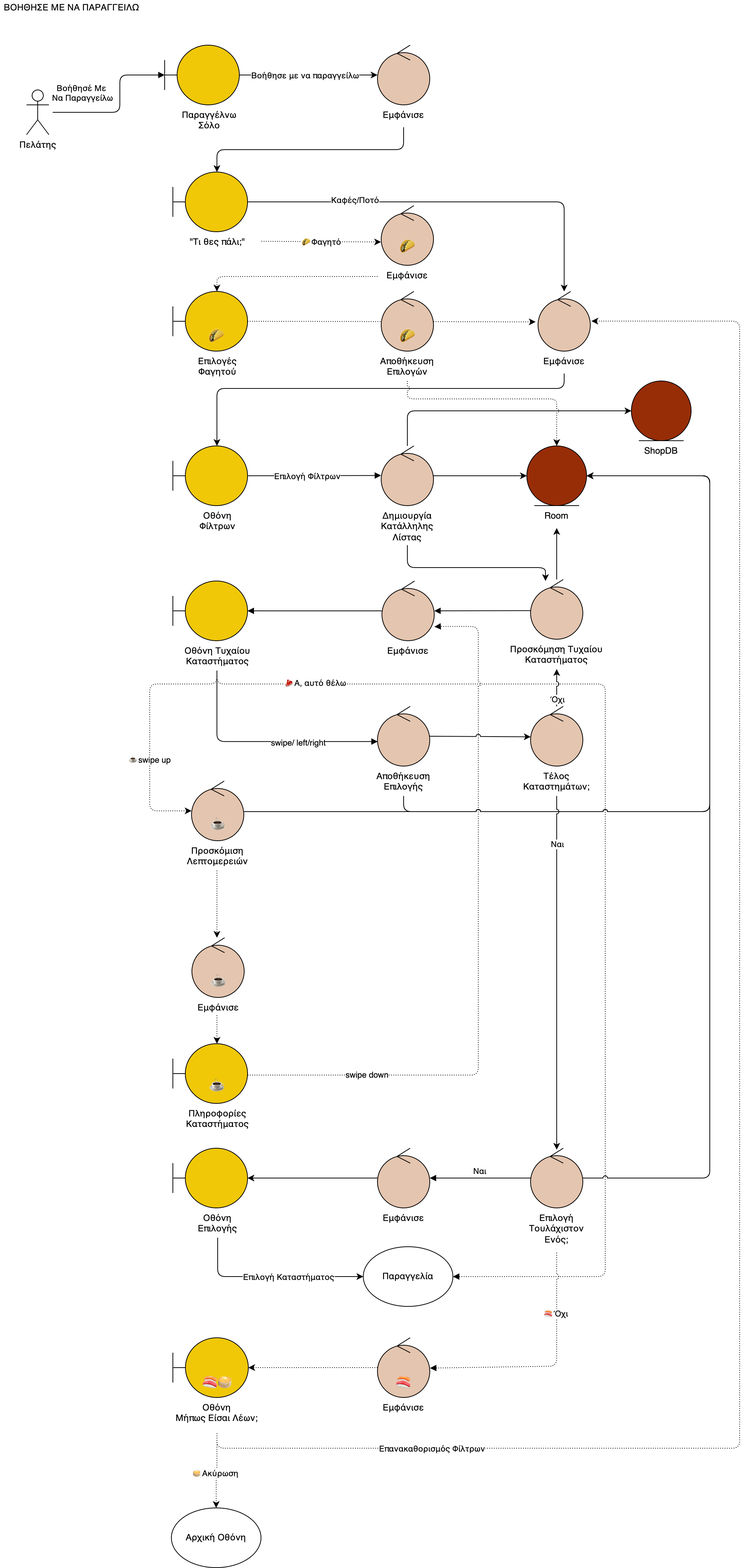
The draw.io diagram docs/final/Phase 5/Media/Robustness Diagrams/2.Βοήθησε με να Παραγγείλω.drawio.png in iloudaros/nomnomr, before a commit. Source tidied: cells renumbered, new cells last; positions are measured from the earlier drawing's top-left corner, leaving out a move shared by most shapes.
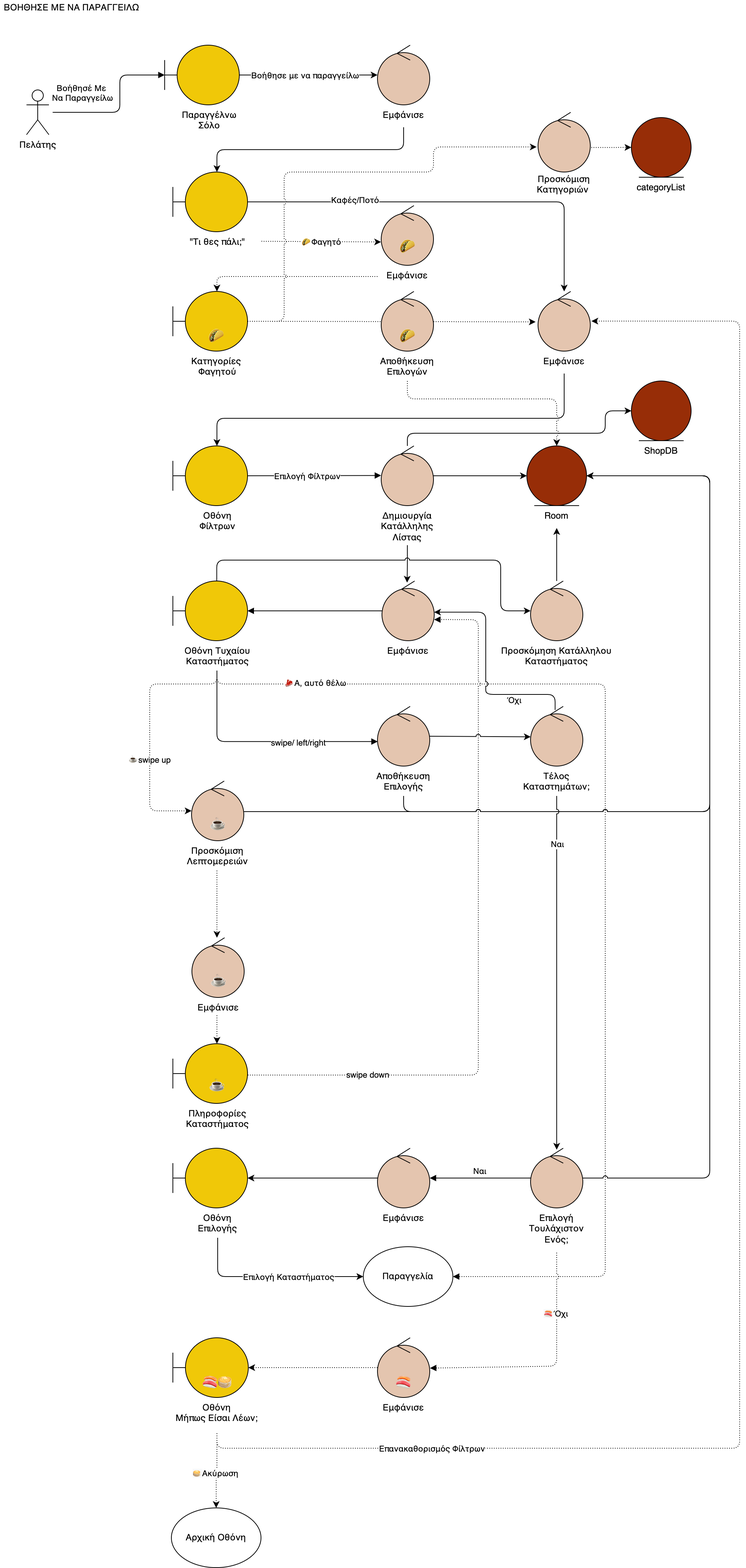
The same file after the commit.

Commit message:
Exported Diagrams

What changed in the source:
```diff
@@ -115,18 +115,15 @@
     <mxCell id="24" style="edgeStyle=orthogonalEdgeStyle;rounded=1;jettySize=auto;html=1;jumpStyle=arc;fontColor=#000000;labelBackgroundColor=none;align=center;endArrow=block;endFill=1;" parent="1" edge="1" source="89" target="23">
       <mxGeometry relative="1" as="geometry" />
     </mxCell>
-    <mxCell id="25" style="edgeStyle=orthogonalEdgeStyle;rounded=1;jettySize=auto;html=1;jumpStyle=arc;fontColor=#000000;labelBackgroundColor=none;align=center;exitX=-0.003;exitY=0.521;exitDx=0;exitDy=0;endArrow=block;endFill=1;exitPerimeter=0;" parent="1" edge="1" source="77" target="89">
-      <mxGeometry relative="1" as="geometry" />
-    </mxCell>
     <mxCell id="26" style="edgeStyle=orthogonalEdgeStyle;rounded=0;jettySize=auto;html=1;entryX=0.5;entryY=1;entryDx=0;entryDy=0;" parent="1" edge="1" source="77" target="87">
       <mxGeometry relative="1" as="geometry" />
     </mxCell>
-    <mxCell id="27" style="edgeStyle=orthogonalEdgeStyle;rounded=1;jettySize=auto;html=1;fillColor=#a20025;strokeColor=#000000;jumpStyle=arc;fontColor=#000000;labelBackgroundColor=none;align=center;exitX=1.003;exitY=0.525;exitDx=0;exitDy=0;exitPerimeter=0;endArrow=block;endFill=1;dashed=1;dashPattern=1 2;entryX=1.003;entryY=0.766;entryDx=0;entryDy=0;entryPerimeter=0;" parent="1" edge="1" source="29" target="89">
+    <mxCell id="27" style="edgeStyle=orthogonalEdgeStyle;rounded=1;jettySize=auto;html=1;fillColor=#a20025;strokeColor=#000000;jumpStyle=arc;fontColor=#000000;labelBackgroundColor=none;align=center;exitX=1.003;exitY=0.525;exitDx=0;exitDy=0;exitPerimeter=0;endArrow=block;endFill=1;dashed=1;dashPattern=1 2;entryX=0.998;entryY=0.646;entryDx=0;entryDy=0;entryPerimeter=0;" parent="1" edge="1" source="29" target="89">
       <mxGeometry relative="1" as="geometry">
         <Array as="points">
           <mxPoint x="640" y="1440" />
-          <mxPoint x="640" y="839" />
-          <mxPoint x="586" y="839" />
+          <mxPoint x="640" y="830" />
+          <mxPoint x="581" y="830" />
         </Array>
       </mxGeometry>
     </mxCell>
@@ -148,17 +145,19 @@
     <mxCell id="31" style="edgeStyle=orthogonalEdgeStyle;rounded=1;jettySize=auto;html=1;fillColor=#008a00;strokeColor=#000000;jumpStyle=arc;fontColor=#000000;labelBackgroundColor=none;align=center;dashed=1;dashPattern=1 2;entryX=-0.046;entryY=0.51;entryDx=0;entryDy=0;entryPerimeter=0;" parent="1" edge="1" source="32" target="67">
       <mxGeometry relative="1" as="geometry" />
     </mxCell>
+    <mxCell id="124" style="edgeStyle=orthogonalEdgeStyle;rounded=1;jettySize=auto;html=1;entryX=-0.027;entryY=0.58;entryDx=0;entryDy=0;dashed=1;dashPattern=1 2;entryPerimeter=0;jumpStyle=arc;" parent="1" edge="1" source="32" target="129">
+      <mxGeometry relative="1" as="geometry">
+        <Array as="points">
+          <mxPoint x="380" y="430" />
+          <mxPoint x="380" y="230" />
+          <mxPoint x="580" y="230" />
+          <mxPoint x="580" y="196" />
+        </Array>
+      </mxGeometry>
+    </mxCell>
     <mxCell id="32" style="shape=umlBoundary;whiteSpace=wrap;html=1;fillColor=#F0C808;fontColor=#000000;strokeColor=#000000;labelBackgroundColor=none;align=center;" parent="1" vertex="1">
       <mxGeometry x="231" y="390" width="100" height="80" as="geometry" />
     </mxCell>
-    <mxCell id="33" style="edgeStyle=orthogonalEdgeStyle;rounded=1;jettySize=auto;html=1;jumpStyle=arc;fontColor=#000000;labelBackgroundColor=none;align=center;exitX=0.5;exitY=1;exitDx=0;exitDy=0;" parent="1" edge="1" source="68" target="18">
-      <mxGeometry relative="1" as="geometry">
-        <Array as="points">
-          <mxPoint x="755" y="520" />
-          <mxPoint x="290" y="520" />
-        </Array>
-      </mxGeometry>
-    </mxCell>
     <mxCell id="34" style="edgeStyle=orthogonalEdgeStyle;rounded=1;jettySize=auto;html=1;jumpStyle=arc;fontColor=#000000;labelBackgroundColor=none;align=center;exitX=0.5;exitY=1;exitDx=0;exitDy=0;" parent="1" edge="1" source="65" target="15">
       <mxGeometry relative="1" as="geometry">
         <Array as="points">
@@ -229,7 +228,7 @@
     <mxCell id="49" value="&lt;font face=&quot;helvetica&quot;&gt;&quot;Τι θες πάλι;&quot;&lt;/font&gt;" style="text;whiteSpace=wrap;html=1;fontColor=#000000;labelBackgroundColor=none;align=center;" parent="1" vertex="1">
       <mxGeometry x="233" y="310" width="116" height="40" as="geometry" />
     </mxCell>
-    <mxCell id="50" value="&lt;span style=&quot;font-family: &amp;quot;helvetica&amp;quot; ; font-size: 12px ; font-style: normal ; font-weight: 400 ; letter-spacing: normal ; text-indent: 0px ; text-transform: none ; word-spacing: 0px ; display: inline ; float: none&quot;&gt;Επιλογές&lt;/span&gt;&lt;br style=&quot;font-family: &amp;quot;helvetica&amp;quot; ; font-size: 12px ; font-style: normal ; font-weight: 400 ; letter-spacing: normal ; text-indent: 0px ; text-transform: none ; word-spacing: 0px&quot;&gt;&lt;span style=&quot;font-family: &amp;quot;helvetica&amp;quot; ; font-size: 12px ; font-style: normal ; font-weight: 400 ; letter-spacing: normal ; text-indent: 0px ; text-transform: none ; word-spacing: 0px ; display: inline ; float: none&quot;&gt;Φαγητού&lt;/span&gt;" style="text;whiteSpace=wrap;html=1;fontColor=#000000;labelBackgroundColor=none;align=center;" parent="1" vertex="1">
+    <mxCell id="50" value="&lt;font face=&quot;helvetica&quot;&gt;Κατηγορίες&amp;nbsp;&lt;/font&gt;&lt;br style=&quot;font-family: &amp;quot;helvetica&amp;quot; ; font-size: 12px ; font-style: normal ; font-weight: 400 ; letter-spacing: normal ; text-indent: 0px ; text-transform: none ; word-spacing: 0px&quot;&gt;&lt;span style=&quot;font-family: &amp;quot;helvetica&amp;quot; ; font-size: 12px ; font-style: normal ; font-weight: 400 ; letter-spacing: normal ; text-indent: 0px ; text-transform: none ; word-spacing: 0px ; display: inline ; float: none&quot;&gt;Φαγητού&lt;/span&gt;" style="text;whiteSpace=wrap;html=1;fontColor=#000000;labelBackgroundColor=none;align=center;" parent="1" vertex="1">
       <mxGeometry x="251" y="470" width="80" height="40" as="geometry" />
     </mxCell>
     <mxCell id="51" value="&lt;meta charset=&quot;utf-8&quot;&gt;&lt;span style=&quot;color: rgb(0, 0, 0); font-family: helvetica; font-size: 12px; font-style: normal; font-weight: 400; letter-spacing: normal; text-indent: 0px; text-transform: none; word-spacing: 0px; display: inline; float: none;&quot;&gt;Οθόνη&lt;/span&gt;&lt;br style=&quot;color: rgb(0, 0, 0); font-family: helvetica; font-size: 12px; font-style: normal; font-weight: 400; letter-spacing: normal; text-indent: 0px; text-transform: none; word-spacing: 0px;&quot;&gt;&lt;span style=&quot;color: rgb(0, 0, 0); font-family: helvetica; font-size: 12px; font-style: normal; font-weight: 400; letter-spacing: normal; text-indent: 0px; text-transform: none; word-spacing: 0px; display: inline; float: none;&quot;&gt;Φίλτρων&lt;/span&gt;" style="text;whiteSpace=wrap;html=1;fontColor=#000000;align=center;labelBackgroundColor=none;" parent="1" vertex="1">
@@ -313,12 +312,12 @@
       <mxGeometry y="80" width="110" height="30" as="geometry" />
     </mxCell>
     <mxCell id="76" style="group;" parent="1" vertex="1">
-      <mxGeometry x="690" y="776" width="110" height="120" as="geometry" />
+      <mxGeometry x="690" y="778" width="110" height="120" as="geometry" />
     </mxCell>
     <mxCell id="77" style="ellipse;shape=umlControl;whiteSpace=wrap;html=1;fillColor=#E4C5AF;fontColor=#000000;labelBackgroundColor=none;align=center;" parent="76" vertex="1">
       <mxGeometry x="20" width="70" height="80" as="geometry" />
     </mxCell>
-    <mxCell id="78" value="&lt;span style=&quot;color: rgb(0, 0, 0); font-family: helvetica; font-size: 12px; font-style: normal; font-weight: 400; letter-spacing: normal; text-indent: 0px; text-transform: none; word-spacing: 0px; display: inline; float: none;&quot;&gt;Προσκόμηση&amp;nbsp;&lt;/span&gt;&lt;span style=&quot;color: rgb(0, 0, 0); font-family: helvetica; font-size: 12px; font-style: normal; font-weight: 400; letter-spacing: normal; text-indent: 0px; text-transform: none; word-spacing: 0px; display: inline; float: none;&quot;&gt;Τυχαίου&lt;/span&gt;&lt;br style=&quot;color: rgb(0, 0, 0); font-family: helvetica; font-size: 12px; font-style: normal; font-weight: 400; letter-spacing: normal; text-indent: 0px; text-transform: none; word-spacing: 0px;&quot;&gt;&lt;span style=&quot;color: rgb(0, 0, 0); font-family: helvetica; font-size: 12px; font-style: normal; font-weight: 400; letter-spacing: normal; text-indent: 0px; text-transform: none; word-spacing: 0px; display: inline; float: none;&quot;&gt;Καταστήματος&lt;/span&gt;" style="text;whiteSpace=wrap;html=1;fontColor=#000000;align=center;labelBackgroundColor=none;" parent="76" vertex="1">
+    <mxCell id="78" value="&lt;span style=&quot;color: rgb(0, 0, 0); font-family: helvetica; font-size: 12px; font-style: normal; font-weight: 400; letter-spacing: normal; text-indent: 0px; text-transform: none; word-spacing: 0px; display: inline; float: none;&quot;&gt;Προσκόμηση&amp;nbsp;&lt;/span&gt;&lt;span style=&quot;color: rgb(0, 0, 0); font-family: helvetica; font-size: 12px; font-style: normal; font-weight: 400; letter-spacing: normal; text-indent: 0px; text-transform: none; word-spacing: 0px; display: inline; float: none;&quot;&gt;Κατάλληλου&lt;/span&gt;&lt;br style=&quot;color: rgb(0, 0, 0); font-family: helvetica; font-size: 12px; font-style: normal; font-weight: 400; letter-spacing: normal; text-indent: 0px; text-transform: none; word-spacing: 0px;&quot;&gt;&lt;span style=&quot;color: rgb(0, 0, 0); font-family: helvetica; font-size: 12px; font-style: normal; font-weight: 400; letter-spacing: normal; text-indent: 0px; text-transform: none; word-spacing: 0px; display: inline; float: none;&quot;&gt;Καταστήματος&lt;/span&gt;" style="text;whiteSpace=wrap;html=1;fontColor=#000000;align=center;labelBackgroundColor=none;" parent="76" vertex="1">
       <mxGeometry y="80" width="110" height="40" as="geometry" />
     </mxCell>
     <mxCell id="79" style="group;" parent="1" vertex="1">
@@ -360,12 +359,11 @@
     <mxCell id="91" style="edgeStyle=orthogonalEdgeStyle;rounded=0;jettySize=auto;html=1;entryX=0;entryY=0.5;entryDx=0;entryDy=0;labelBackgroundColor=#FFFFFF;" parent="1" edge="1" source="80" target="86">
       <mxGeometry relative="1" as="geometry" />
     </mxCell>
-    <mxCell id="92" style="edgeStyle=orthogonalEdgeStyle;rounded=1;jettySize=auto;html=1;labelBackgroundColor=#FFFFFF;exitX=0.5;exitY=1;exitDx=0;exitDy=0;" parent="1" edge="1" source="81">
+    <mxCell id="92" style="edgeStyle=orthogonalEdgeStyle;rounded=1;jettySize=auto;html=1;labelBackgroundColor=#FFFFFF;exitX=0.5;exitY=1;exitDx=0;exitDy=0;entryX=0.481;entryY=0.027;entryDx=0;entryDy=0;entryPerimeter=0;" parent="1" edge="1" source="81" target="89">
       <mxGeometry relative="1" as="geometry">
-        <mxPoint x="730" y="778" as="targetPoint" />
         <Array as="points">
           <mxPoint x="545" y="760" />
-          <mxPoint x="730" y="760" />
+          <mxPoint x="545" y="760" />
         </Array>
       </mxGeometry>
     </mxCell>
@@ -378,12 +376,18 @@
     <mxCell id="95" value="&lt;span style=&quot;color: rgb(0, 0, 0); font-family: helvetica; font-size: 12px; font-style: normal; font-weight: 400; letter-spacing: normal; text-indent: 0px; text-transform: none; word-spacing: 0px; display: inline; float: none;&quot;&gt;Αποθήκευση Επιλογής&lt;/span&gt;" style="text;whiteSpace=wrap;html=1;fontColor=#000000;align=center;labelBackgroundColor=none;" parent="93" vertex="1">
       <mxGeometry y="80" width="80" height="40" as="geometry" />
     </mxCell>
-    <mxCell id="96" style="edgeStyle=orthogonalEdgeStyle;rounded=1;jettySize=auto;html=1;entryX=0.5;entryY=1;entryDx=0;entryDy=0;labelBackgroundColor=#FFFFFF;jumpStyle=arc;" parent="1" edge="1" source="83" target="78">
-      <mxGeometry relative="1" as="geometry" />
+    <mxCell id="96" style="edgeStyle=orthogonalEdgeStyle;rounded=1;jettySize=auto;html=1;labelBackgroundColor=#FFFFFF;jumpStyle=arc;entryX=0.998;entryY=0.522;entryDx=0;entryDy=0;entryPerimeter=0;exitX=0.47;exitY=0.06;exitDx=0;exitDy=0;exitPerimeter=0;" parent="1" edge="1" source="83" target="89">
+      <mxGeometry relative="1" as="geometry">
+        <Array as="points">
+          <mxPoint x="743" y="930" />
+          <mxPoint x="650" y="930" />
+          <mxPoint x="650" y="820" />
+        </Array>
+      </mxGeometry>
     </mxCell>
     <mxCell id="97" value="Όχι" style="edgeLabel;html=1;align=center;verticalAlign=middle;" parent="96" vertex="1">
       <mxGeometry x="-0.25" y="-2" relative="1" as="geometry">
-        <mxPoint x="-2" y="9" as="offset" />
+        <mxPoint x="33" y="9" as="offset" />
       </mxGeometry>
     </mxCell>
     <mxCell id="98" style="rounded=1;jettySize=auto;html=1;entryX=0.002;entryY=0.51;entryDx=0;entryDy=0;entryPerimeter=0;labelBackgroundColor=#FFFFFF;edgeStyle=orthogonalEdgeStyle;jumpStyle=arc;" parent="1" edge="1" source="94" target="83">
@@ -409,7 +413,9 @@
     <mxCell id="101" style="edgeStyle=orthogonalEdgeStyle;rounded=1;jumpStyle=arc;jettySize=auto;html=1;entryX=0;entryY=0.5;entryDx=0;entryDy=0;labelBackgroundColor=#FFFFFF;" parent="1" edge="1" source="80" target="74">
       <mxGeometry relative="1" as="geometry">
         <Array as="points">
-          <mxPoint x="545" y="550" />
+          <mxPoint x="545" y="580" />
+          <mxPoint x="810" y="580" />
+          <mxPoint x="810" y="550" />
         </Array>
       </mxGeometry>
     </mxCell>
@@ -465,14 +471,6 @@
     <mxCell id="116" value="&lt;font style=&quot;font-size: 20px;&quot;&gt;🌮&lt;/font&gt;" style="text;html=1;align=center;verticalAlign=middle;strokeColor=none;fillColor=none;fontSize=20;" parent="113" vertex="1">
       <mxGeometry x="15" y="45" width="40" height="30" as="geometry" />
     </mxCell>
-    <mxCell id="117" style="edgeStyle=orthogonalEdgeStyle;rounded=1;jumpStyle=arc;jettySize=auto;html=1;entryX=0.5;entryY=0;entryDx=0;entryDy=0;dashed=1;dashPattern=1 2;labelBackgroundColor=#FFFFFF;" parent="1" edge="1" source="115" target="86">
-      <mxGeometry relative="1" as="geometry">
-        <Array as="points">
-          <mxPoint x="545" y="534" />
-          <mxPoint x="745" y="534" />
-        </Array>
-      </mxGeometry>
-    </mxCell>
     <mxCell id="118" value="Αρχική Οθόνη" style="ellipse;whiteSpace=wrap;html=1;strokeColor=#000000;" parent="1" vertex="1">
       <mxGeometry x="229" y="2020" width="120" height="80" as="geometry" />
     </mxCell>
@@ -491,5 +489,52 @@
     <mxCell id="123" value="🍣🥞" style="text;whiteSpace=wrap;html=1;fontSize=20;align=center;verticalAlign=middle;" parent="1" vertex="1">
       <mxGeometry x="266" y="1832" width="50" height="40" as="geometry" />
     </mxCell>
+    <mxCell id="125" style="group;" parent="1" vertex="1">
+      <mxGeometry x="830" y="157" width="110" height="120" as="geometry" />
+    </mxCell>
+    <mxCell id="126" style="ellipse;shape=umlEntity;whiteSpace=wrap;html=1;fontColor=#000000;labelBackgroundColor=none;align=center;fillColor=#972D07;" parent="125" vertex="1">
+      <mxGeometry x="15" width="80" height="80" as="geometry" />
+    </mxCell>
+    <mxCell id="127" value="&lt;font face=&quot;helvetica&quot;&gt;categoryList&lt;/font&gt;" style="text;whiteSpace=wrap;html=1;fontColor=#000000;align=center;labelBackgroundColor=none;" parent="125" vertex="1">
+      <mxGeometry y="80" width="110" height="30" as="geometry" />
+    </mxCell>
+    <mxCell id="33" style="edgeStyle=orthogonalEdgeStyle;rounded=1;jettySize=auto;html=1;jumpStyle=arc;fontColor=#000000;labelBackgroundColor=none;align=center;exitX=0.5;exitY=1;exitDx=0;exitDy=0;" parent="1" edge="1" source="68" target="18">
+      <mxGeometry relative="1" as="geometry">
+        <Array as="points">
+          <mxPoint x="755" y="560" />
+          <mxPoint x="290" y="560" />
+        </Array>
+      </mxGeometry>
+    </mxCell>
+    <mxCell id="117" style="edgeStyle=orthogonalEdgeStyle;rounded=1;jumpStyle=arc;jettySize=auto;html=1;entryX=0.5;entryY=0;entryDx=0;entryDy=0;dashed=1;dashPattern=1 2;labelBackgroundColor=#FFFFFF;" parent="1" edge="1" source="115" target="86">
+      <mxGeometry relative="1" as="geometry">
+        <Array as="points">
+          <mxPoint x="545" y="534" />
+          <mxPoint x="745" y="534" />
+        </Array>
+      </mxGeometry>
+    </mxCell>
+    <mxCell id="128" style="group;" parent="1" vertex="1">
+      <mxGeometry x="720" y="150" width="80" height="120" as="geometry" />
+    </mxCell>
+    <mxCell id="129" style="ellipse;shape=umlControl;whiteSpace=wrap;html=1;fillColor=#E4C5AF;fontColor=#000000;labelBackgroundColor=none;align=center;" parent="128" vertex="1">
+      <mxGeometry width="70" height="80" as="geometry" />
+    </mxCell>
+    <mxCell id="130" value="&lt;font face=&quot;helvetica&quot;&gt;Προσκόμιση Κατηγοριών&amp;nbsp;&lt;/font&gt;" style="text;whiteSpace=wrap;html=1;fontColor=#000000;labelBackgroundColor=none;align=center;" parent="128" vertex="1">
+      <mxGeometry x="-5" y="76" width="80" height="40" as="geometry" />
+    </mxCell>
+    <mxCell id="131" style="edgeStyle=orthogonalEdgeStyle;rounded=1;jettySize=auto;html=1;entryX=0;entryY=0.5;entryDx=0;entryDy=0;dashed=1;dashPattern=1 2;exitX=1.02;exitY=0.589;exitDx=0;exitDy=0;exitPerimeter=0;" parent="1" edge="1" source="129" target="126">
+      <mxGeometry relative="1" as="geometry" />
+    </mxCell>
+    <mxCell id="132" style="edgeStyle=orthogonalEdgeStyle;rounded=1;jumpStyle=arc;jettySize=auto;html=1;exitX=0.587;exitY=-0.001;exitDx=0;exitDy=0;exitPerimeter=0;" parent="1" edge="1" source="23">
+      <mxGeometry relative="1" as="geometry">
+        <mxPoint x="710" y="818" as="targetPoint" />
+        <Array as="points">
+          <mxPoint x="290" y="750" />
+          <mxPoint x="670" y="750" />
+          <mxPoint x="670" y="818" />
+        </Array>
+      </mxGeometry>
+    </mxCell>
   </root>
 </mxGraphModel>
```
